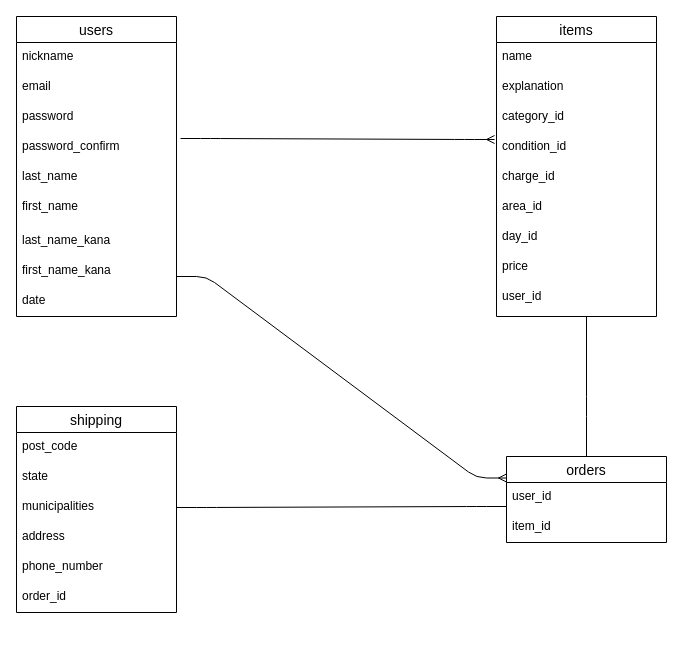
The draw.io diagram app/views/test.dio in daiki0527/furima-40956, before the edit. Source tidied: cells renumbered, new cells numbered last; positions are measured from the earlier drawing's top-left corner, leaving out a move shared by most shapes. Both pictures are drawn from the tidied source at 100%, with x=0, y=0 at pixel (16, 16).
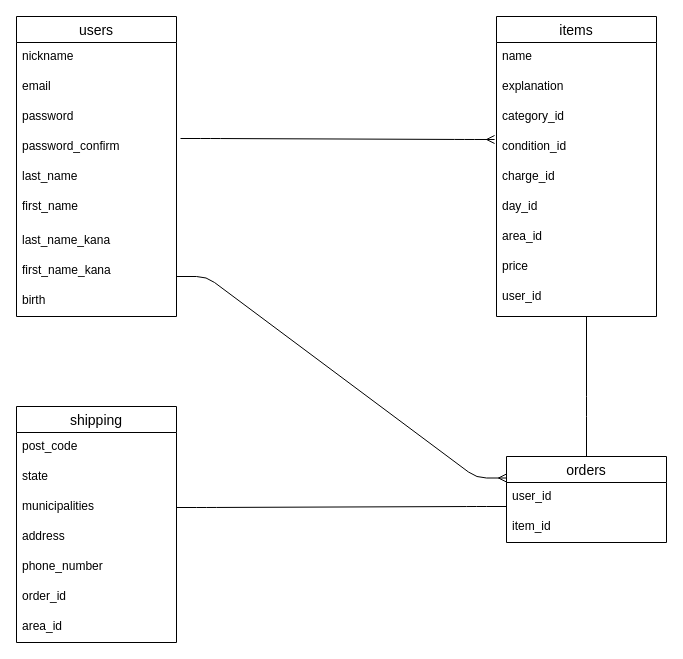
The same page after the edit.

Commit message (it also covers changes not shown here):
データベース設計⑤

The change refers to these unchanged cells:
```xml
<mxCell id="2" value="users" style="swimlane;fontStyle=0;horizontal=1;startSize=26;align=center;fontSize=14;" parent="1" vertex="1">
  <mxGeometry width="160" height="300" as="geometry" />
</mxCell>
<mxCell id="12" value="items" style="swimlane;fontStyle=0;horizontal=1;startSize=26;align=center;fontSize=14;" parent="1" vertex="1">
  <mxGeometry x="480" width="160" height="300" as="geometry" />
</mxCell>
```

What changed in the source:
```diff
@@
-    <mxCell id="11" value="date" style="text;strokeColor=none;fillColor=none;spacingLeft=4;spacingRight=4;overflow=hidden;fontSize=12;" parent="2" vertex="1">
+    <mxCell id="11" value="birth" style="text;strokeColor=none;fillColor=none;spacingLeft=4;spacingRight=4;overflow=hidden;fontSize=12;" parent="2" vertex="1">
       <mxGeometry y="270" width="160" height="30" as="geometry" />
     </mxCell>
@@
+    <mxCell id="19" value="day_id " style="text;strokeColor=none;fillColor=none;spacingLeft=4;spacingRight=4;overflow=hidden;fontSize=12;" parent="12" vertex="1">
+      <mxGeometry y="176" width="160" height="30" as="geometry" />
+    </mxCell>
     <mxCell id="18" value="area_id" style="text;strokeColor=none;fillColor=none;spacingLeft=4;spacingRight=4;overflow=hidden;fontSize=12;" parent="12" vertex="1">
-      <mxGeometry y="176" width="160" height="30" as="geometry" />
+      <mxGeometry y="206" width="160" height="30" as="geometry" />
     </mxCell>
-    <mxCell id="19" value="day_id " style="text;strokeColor=none;fillColor=none;spacingLeft=4;spacingRight=4;overflow=hidden;fontSize=12;" parent="12" vertex="1">
-      <mxGeometry y="206" width="160" height="30" as="geometry" />
-    </mxCell>
@@
     <mxCell id="26" value="shipping" style="swimlane;fontStyle=0;horizontal=1;startSize=26;align=center;fontSize=14;" parent="1" vertex="1">
-      <mxGeometry y="390" width="160" height="206" as="geometry" />
+      <mxGeometry y="390" width="160" height="236" as="geometry" />
     </mxCell>
@@
+    <mxCell id="36" value="area_id" style="text;strokeColor=none;fillColor=none;spacingLeft=4;spacingRight=4;overflow=hidden;fontSize=12;" parent="26" vertex="1">
+      <mxGeometry y="206" width="160" height="30" as="geometry" />
+    </mxCell>
```
